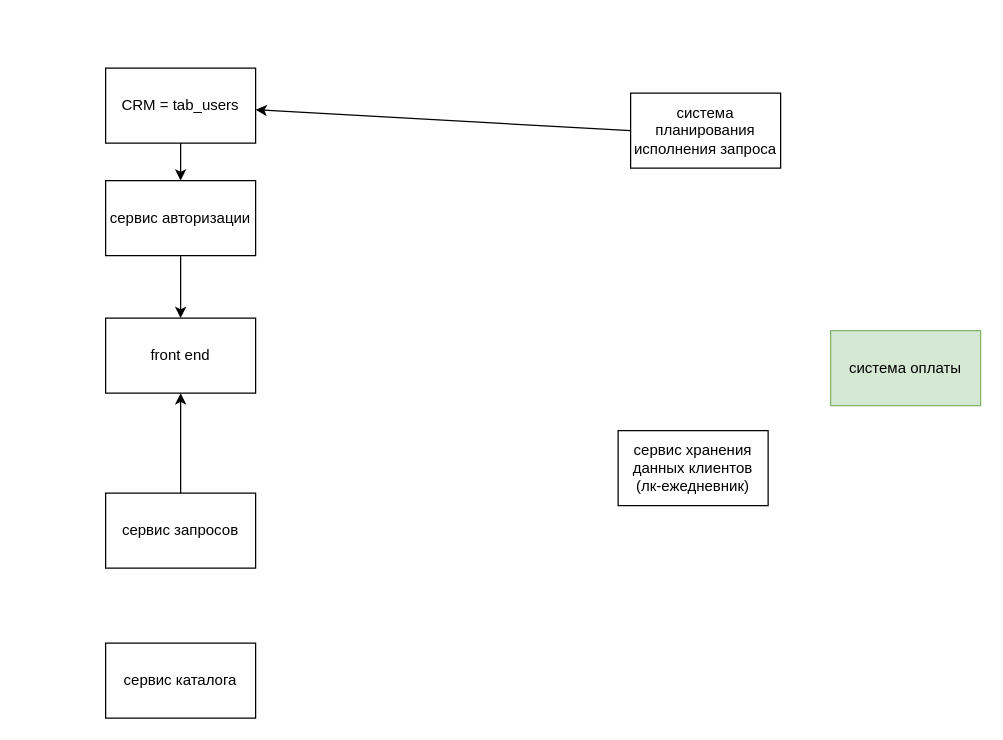
Before: диаграмма специальных имен.drawio in emauter/GB_mysql, a draw.io diagram. Source tidied: cells renumbered, new cells numbered last; positions are measured from the earlier drawing's top-left corner, leaving out a move shared by most shapes. Both pictures are drawn from the tidied source at 125%, with x=0, y=0 at pixel (105, 68).
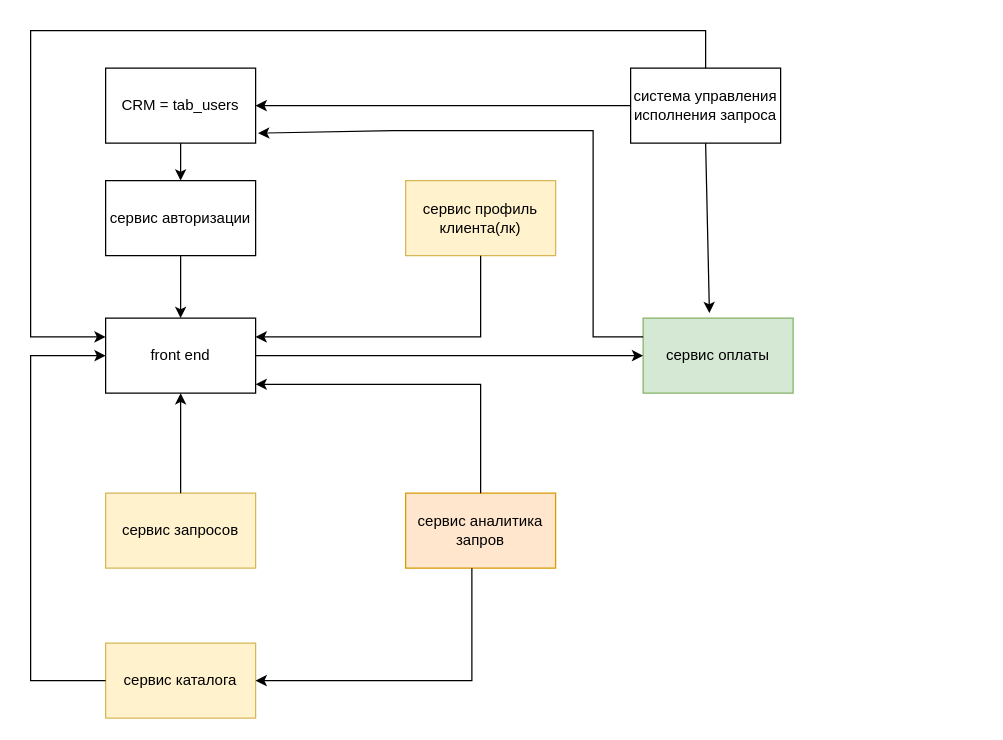
After the change.

The change refers to these unchanged cells:
```xml
<mxCell id="2" value="front end" style="rounded=0;whiteSpace=wrap;html=1;" parent="1" vertex="1">
  <mxGeometry y="200" width="120" height="60" as="geometry" />
</mxCell>
<mxCell id="4" value="CRM = tab_users" style="rounded=0;whiteSpace=wrap;html=1;" parent="1" vertex="1">
  <mxGeometry width="120" height="60" as="geometry" />
</mxCell>
```

Diff of the diagram source:
```diff
@@
-    <mxCell id="3" value="сервис каталога" style="rounded=0;whiteSpace=wrap;html=1;" parent="1" vertex="1">
+    <mxCell id="3" value="сервис каталога" style="rounded=0;whiteSpace=wrap;html=1;fillColor=#fff2cc;strokeColor=#d6b656;" parent="1" vertex="1">
       <mxGeometry y="460" width="120" height="60" as="geometry" />
     </mxCell>
@@
-    <mxCell id="5" value="система планирования исполнения запроса" style="rounded=0;whiteSpace=wrap;html=1;" parent="1" vertex="1">
-      <mxGeometry x="420" y="20" width="120" height="60" as="geometry" />
+    <mxCell id="5" value="система управления исполнения запроса" style="rounded=0;whiteSpace=wrap;html=1;" parent="1" vertex="1">
+      <mxGeometry x="420" width="120" height="60" as="geometry" />
     </mxCell>
-    <mxCell id="6" value="сервис запросов" style="rounded=0;whiteSpace=wrap;html=1;" parent="1" vertex="1">
+    <mxCell id="6" value="сервис запросов" style="rounded=0;whiteSpace=wrap;html=1;fillColor=#fff2cc;strokeColor=#d6b656;" parent="1" vertex="1">
       <mxGeometry y="340" width="120" height="60" as="geometry" />
     </mxCell>
-    <mxCell id="7" value="система оплаты" style="rounded=0;whiteSpace=wrap;html=1;fillColor=#d5e8d4;strokeColor=#82b366;" parent="1" vertex="1">
-      <mxGeometry x="580" y="210" width="120" height="60" as="geometry" />
+    <mxCell id="7" value="сервис оплаты" style="rounded=0;whiteSpace=wrap;html=1;fillColor=#d5e8d4;strokeColor=#82b366;" parent="1" vertex="1">
+      <mxGeometry x="430" y="200" width="120" height="60" as="geometry" />
     </mxCell>
-    <mxCell id="8" value="сервис хранения данных клиентов (лк-ежедневник)" style="rounded=0;whiteSpace=wrap;html=1;" parent="1" vertex="1">
-      <mxGeometry x="410" y="290" width="120" height="60" as="geometry" />
+    <mxCell id="8" value="сервис аналитика запров" style="rounded=0;whiteSpace=wrap;html=1;fillColor=#ffe6cc;strokeColor=#d79b00;" parent="1" vertex="1">
+      <mxGeometry x="240" y="340" width="120" height="60" as="geometry" />
     </mxCell>
@@
+    <mxCell id="14" style="endArrow=classic;html=1;rounded=0;exitX=0.5;exitY=1;exitDx=0;exitDy=0;entryX=0.442;entryY=-0.067;entryDx=0;entryDy=0;entryPerimeter=0;" parent="1" edge="1" source="5" target="7">
+      <mxGeometry relative="1" as="geometry" />
+    </mxCell>
+    <mxCell id="15" style="endArrow=classic;html=1;rounded=0;exitX=0;exitY=0.25;exitDx=0;exitDy=0;entryX=1.017;entryY=0.867;entryDx=0;entryDy=0;entryPerimeter=0;" parent="1" edge="1" source="7" target="4">
+      <mxGeometry relative="1" as="geometry">
+        <Array as="points">
+          <mxPoint x="390" y="215" />
+          <mxPoint x="390" y="50" />
+          <mxPoint x="230" y="50" />
+        </Array>
+      </mxGeometry>
+    </mxCell>
+    <mxCell id="16" value="сервис профиль клиента(лк)" style="rounded=0;whiteSpace=wrap;html=1;fillColor=#fff2cc;strokeColor=#d6b656;" parent="1" vertex="1">
+      <mxGeometry x="240" y="90" width="120" height="60" as="geometry" />
+    </mxCell>
+    <mxCell id="17" style="endArrow=classic;html=1;rounded=0;exitX=1;exitY=0.5;exitDx=0;exitDy=0;entryX=0;entryY=0.5;entryDx=0;entryDy=0;" parent="1" edge="1" source="2" target="7">
+      <mxGeometry relative="1" as="geometry" />
+    </mxCell>
+    <mxCell id="18" style="endArrow=classic;html=1;rounded=0;exitX=0;exitY=0.5;exitDx=0;exitDy=0;entryX=0;entryY=0.5;entryDx=0;entryDy=0;" parent="1" edge="1" source="3" target="2">
+      <mxGeometry relative="1" as="geometry">
+        <Array as="points">
+          <mxPoint x="-60" y="490" />
+          <mxPoint x="-60" y="230" />
+        </Array>
+      </mxGeometry>
+    </mxCell>
+    <mxCell id="19" style="endArrow=classic;html=1;rounded=0;entryX=1;entryY=0.883;entryDx=0;entryDy=0;entryPerimeter=0;exitX=0.5;exitY=0;exitDx=0;exitDy=0;" parent="1" edge="1" source="8" target="2">
+      <mxGeometry relative="1" as="geometry">
+        <Array as="points">
+          <mxPoint x="300" y="253" />
+        </Array>
+      </mxGeometry>
+    </mxCell>
+    <mxCell id="20" style="endArrow=classic;html=1;rounded=0;entryX=1;entryY=0.5;entryDx=0;entryDy=0;" parent="1" edge="1" target="3">
+      <mxGeometry relative="1" as="geometry">
+        <mxPoint x="293" y="400" as="sourcePoint" />
+        <Array as="points">
+          <mxPoint x="293" y="490" />
+        </Array>
+      </mxGeometry>
+    </mxCell>
+    <mxCell id="21" style="endArrow=classic;html=1;rounded=0;exitX=0.5;exitY=1;exitDx=0;exitDy=0;entryX=1;entryY=0.25;entryDx=0;entryDy=0;" parent="1" edge="1" source="16" target="2">
+      <mxGeometry relative="1" as="geometry">
+        <Array as="points">
+          <mxPoint x="300" y="215" />
+        </Array>
+      </mxGeometry>
+    </mxCell>
+    <mxCell id="22" style="endArrow=classic;html=1;rounded=0;entryX=0;entryY=0.25;entryDx=0;entryDy=0;exitX=0.5;exitY=0;exitDx=0;exitDy=0;" parent="1" edge="1" source="5" target="2">
+      <mxGeometry relative="1" as="geometry">
+        <Array as="points">
+          <mxPoint x="480" y="-30" />
+          <mxPoint x="-60" y="-30" />
+          <mxPoint x="-60" y="215" />
+        </Array>
+      </mxGeometry>
+    </mxCell>
```
